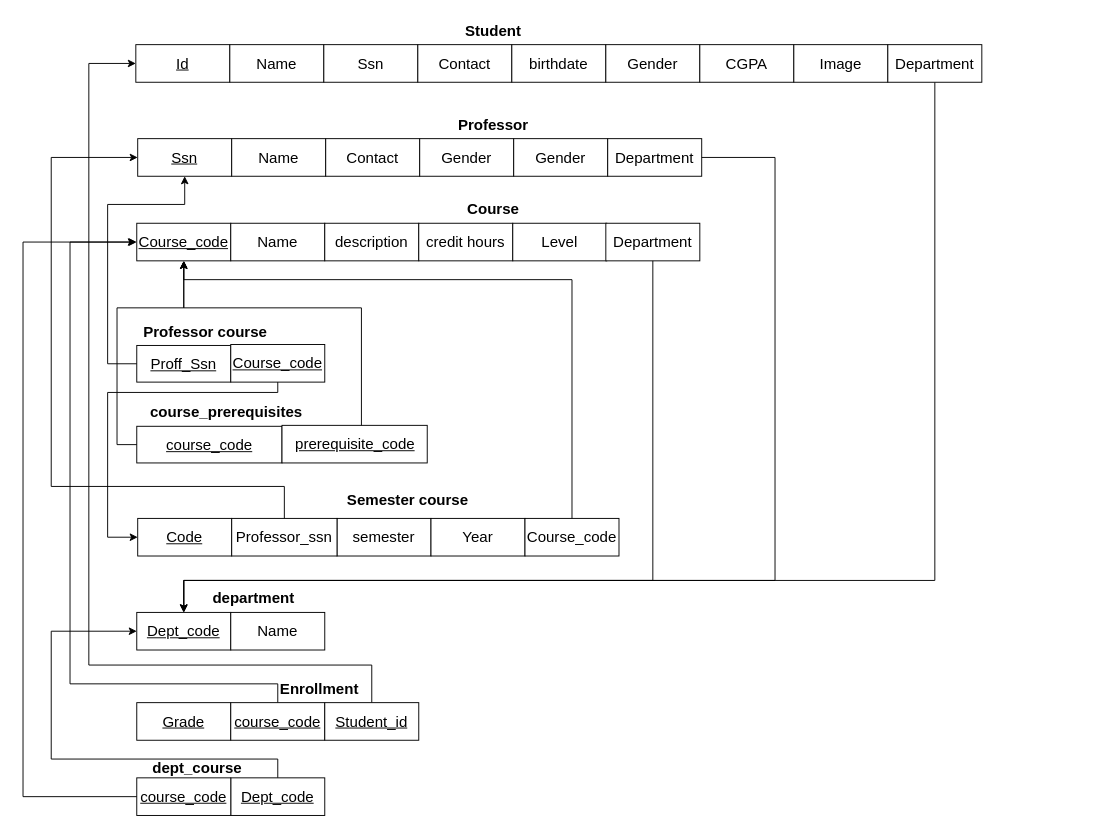
Above: diagrams/Mapping.drawio in DiaaAhmedHassan/university_system (draw.io), before the change. Source tidied: cells renumbered, new cells numbered last; positions are measured from the earlier drawing's top-left corner, leaving out a move shared by most shapes. Both pictures are drawn from the tidied source at 94%, with x=0, y=0 at pixel (23, 16).
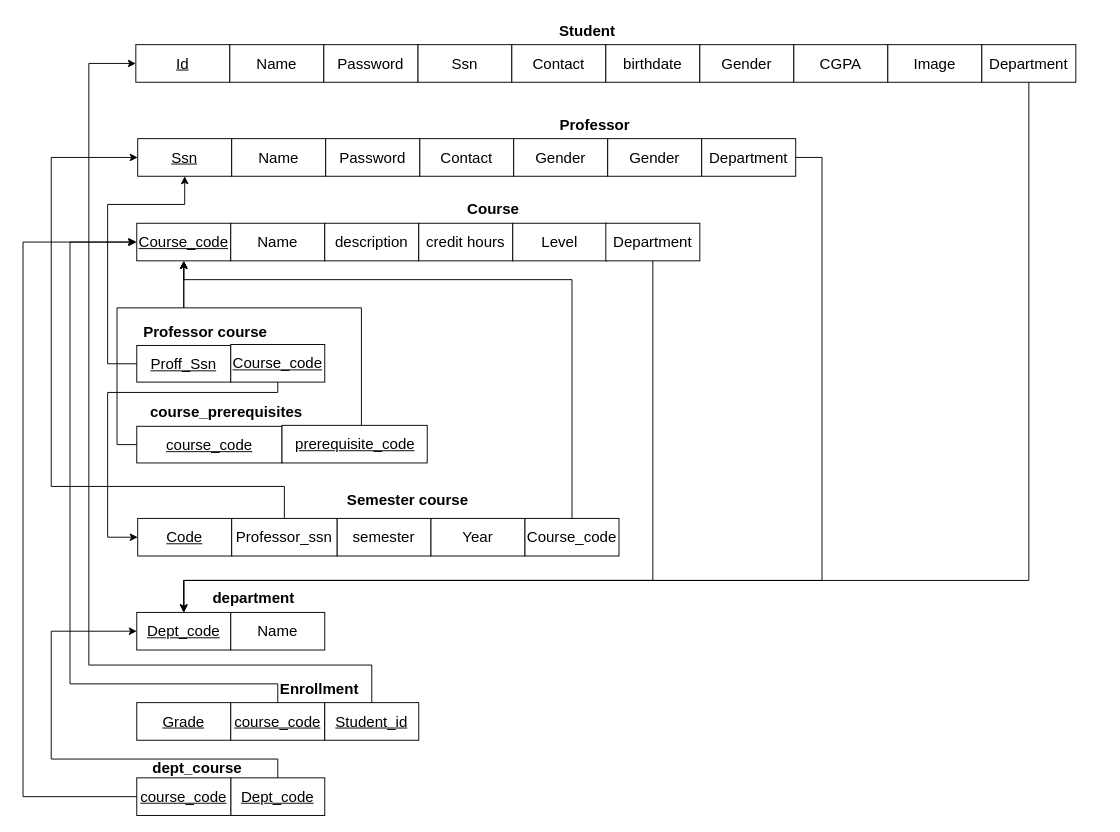
The same page after the edit.

The change refers to these unchanged cells:
```xml
<mxCell id="3" style="group;" parent="1" vertex="1">
  <mxGeometry x="130" y="130" width="700" height="40" as="geometry" />
</mxCell>
<mxCell id="28" value="&lt;u&gt;&lt;font style=&quot;font-size: 16px;&quot;&gt;Dept_code&lt;/font&gt;&lt;/u&gt;" style="rounded=0;whiteSpace=wrap;html=1;" parent="27" vertex="1">
  <mxGeometry width="100" height="40" as="geometry" />
</mxCell>
```

What changed in the source:
```diff
@@
-    <mxCell id="2" value="&lt;font style=&quot;font-size: 16px;&quot;&gt;&lt;b&gt;Student&lt;/b&gt;&lt;/font&gt;" style="text;html=1;align=center;verticalAlign=middle;strokeColor=none;fillColor=none;" parent="1" vertex="1">
-      <mxGeometry x="460" width="80" height="30" as="geometry" />
-    </mxCell>
@@
     <mxCell id="6" value="&lt;font style=&quot;font-size: 16px;&quot;&gt;Contact&lt;/font&gt;" style="rounded=0;whiteSpace=wrap;html=1;" parent="3" vertex="1">
-      <mxGeometry x="192" width="100" height="40" as="geometry" />
+      <mxGeometry x="292" width="100" height="40" as="geometry" />
     </mxCell>
     <mxCell id="7" value="&lt;span style=&quot;font-size: 16px;&quot;&gt;Gender&lt;/span&gt;" style="rounded=0;whiteSpace=wrap;html=1;" parent="3" vertex="1">
-      <mxGeometry x="292" width="100" height="40" as="geometry" />
+      <mxGeometry x="392" width="100" height="40" as="geometry" />
     </mxCell>
     <mxCell id="8" value="&lt;span style=&quot;font-size: 16px;&quot;&gt;Gender&lt;/span&gt;" style="rounded=0;whiteSpace=wrap;html=1;" parent="3" vertex="1">
-      <mxGeometry x="392" width="100" height="40" as="geometry" />
+      <mxGeometry x="492" width="100" height="40" as="geometry" />
     </mxCell>
     <mxCell id="9" value="&lt;span style=&quot;font-size: 16px;&quot;&gt;Department&lt;/span&gt;" style="rounded=0;whiteSpace=wrap;html=1;" parent="3" vertex="1">
-      <mxGeometry x="492" width="100" height="40" as="geometry" />
+      <mxGeometry x="592" width="100" height="40" as="geometry" />
     </mxCell>
+    <mxCell id="44" value="&lt;font style=&quot;font-size: 16px;&quot;&gt;&lt;b&gt;Professor&lt;/b&gt;&lt;/font&gt;" style="text;html=1;align=center;verticalAlign=middle;strokeColor=none;fillColor=none;" parent="3" vertex="1">
+      <mxGeometry x="428" y="-30" width="100" height="30" as="geometry" />
+    </mxCell>
+    <mxCell id="70" value="&lt;font style=&quot;font-size: 16px;&quot;&gt;Password&lt;/font&gt;" style="rounded=0;whiteSpace=wrap;html=1;" parent="3" vertex="1">
+      <mxGeometry x="192" width="100" height="40" as="geometry" />
+    </mxCell>
     <mxCell id="10" style="group;" parent="1" vertex="1">
-      <mxGeometry x="120" y="30" width="800" height="40" as="geometry" />
+      <mxGeometry x="120" y="30" width="1030" height="40" as="geometry" />
     </mxCell>
     <mxCell id="11" style="group;" parent="10" vertex="1">
-      <mxGeometry width="700" height="40" as="geometry" />
+      <mxGeometry width="1030" height="40" as="geometry" />
     </mxCell>
@@
+    <mxCell id="2" value="&lt;font style=&quot;font-size: 16px;&quot;&gt;&lt;b&gt;Student&lt;/b&gt;&lt;/font&gt;" style="text;html=1;align=center;verticalAlign=middle;strokeColor=none;fillColor=none;" parent="11" vertex="1">
+      <mxGeometry x="440" y="-30" width="80" height="30" as="geometry" />
+    </mxCell>
     <mxCell id="14" value="&lt;font style=&quot;font-size: 16px;&quot;&gt;Ssn&lt;/font&gt;" style="rounded=0;whiteSpace=wrap;html=1;" parent="11" vertex="1">
-      <mxGeometry x="200" width="100" height="40" as="geometry" />
+      <mxGeometry x="300" width="100" height="40" as="geometry" />
     </mxCell>
     <mxCell id="15" value="&lt;font style=&quot;font-size: 16px;&quot;&gt;Contact&lt;/font&gt;" style="rounded=0;whiteSpace=wrap;html=1;" parent="11" vertex="1">
-      <mxGeometry x="300" width="100" height="40" as="geometry" />
+      <mxGeometry x="400" width="100" height="40" as="geometry" />
     </mxCell>
     <mxCell id="16" value="&lt;font style=&quot;font-size: 16px;&quot;&gt;birthdate&lt;/font&gt;" style="rounded=0;whiteSpace=wrap;html=1;" parent="11" vertex="1">
-      <mxGeometry x="400" width="100" height="40" as="geometry" />
+      <mxGeometry x="500" width="100" height="40" as="geometry" />
     </mxCell>
     <mxCell id="17" value="&lt;span style=&quot;font-size: 16px;&quot;&gt;Gender&lt;/span&gt;" style="rounded=0;whiteSpace=wrap;html=1;" parent="11" vertex="1">
-      <mxGeometry x="500" width="100" height="40" as="geometry" />
+      <mxGeometry x="600" width="100" height="40" as="geometry" />
     </mxCell>
     <mxCell id="18" value="&lt;font style=&quot;font-size: 16px;&quot;&gt;CGPA&lt;/font&gt;" style="rounded=0;whiteSpace=wrap;html=1;" parent="11" vertex="1">
-      <mxGeometry x="600" width="100" height="40" as="geometry" />
+      <mxGeometry x="700" width="100" height="40" as="geometry" />
     </mxCell>
-    <mxCell id="19" value="&lt;font style=&quot;font-size: 16px;&quot;&gt;Image&lt;/font&gt;" style="rounded=0;whiteSpace=wrap;html=1;" parent="10" vertex="1">
-      <mxGeometry x="700" width="100" height="40" as="geometry" />
+    <mxCell id="19" value="&lt;font style=&quot;font-size: 16px;&quot;&gt;Image&lt;/font&gt;" style="rounded=0;whiteSpace=wrap;html=1;" parent="11" vertex="1">
+      <mxGeometry x="800" width="100" height="40" as="geometry" />
     </mxCell>
+    <mxCell id="42" value="&lt;font style=&quot;font-size: 16px;&quot;&gt;Department&lt;/font&gt;" style="rounded=0;whiteSpace=wrap;html=1;" parent="11" vertex="1">
+      <mxGeometry x="900" width="100" height="40" as="geometry" />
+    </mxCell>
+    <mxCell id="71" value="&lt;font style=&quot;font-size: 16px;&quot;&gt;Password&lt;/font&gt;" style="rounded=0;whiteSpace=wrap;html=1;" parent="11" vertex="1">
+      <mxGeometry x="200" width="100" height="40" as="geometry" />
+    </mxCell>
@@
     <mxCell id="41" style="edgeStyle=orthogonalEdgeStyle;rounded=0;jettySize=auto;html=1;exitX=0.5;exitY=1;exitDx=0;exitDy=0;" parent="1" edge="1" source="42" target="28">
       <mxGeometry relative="1" as="geometry">
         <Array as="points">
-          <mxPoint x="970" y="600" />
+          <mxPoint x="1070" y="600" />
           <mxPoint x="171" y="600" />
         </Array>
       </mxGeometry>
     </mxCell>
-    <mxCell id="42" value="&lt;font style=&quot;font-size: 16px;&quot;&gt;Department&lt;/font&gt;" style="rounded=0;whiteSpace=wrap;html=1;" parent="1" vertex="1">
-      <mxGeometry x="920" y="30" width="100" height="40" as="geometry" />
-    </mxCell>
     <mxCell id="43" style="edgeStyle=orthogonalEdgeStyle;rounded=0;jettySize=auto;html=1;entryX=0.5;entryY=0;entryDx=0;entryDy=0;" parent="1" edge="1" source="9" target="28">
       <mxGeometry relative="1" as="geometry">
         <Array as="points">
-          <mxPoint x="800" y="150" />
-          <mxPoint x="800" y="600" />
+          <mxPoint x="850" y="150" />
+          <mxPoint x="850" y="600" />
           <mxPoint x="171" y="600" />
         </Array>
       </mxGeometry>
     </mxCell>
-    <mxCell id="44" value="&lt;font style=&quot;font-size: 16px;&quot;&gt;&lt;b&gt;Professor&lt;/b&gt;&lt;/font&gt;" style="text;html=1;align=center;verticalAlign=middle;strokeColor=none;fillColor=none;" parent="1" vertex="1">
-      <mxGeometry x="450" y="100" width="100" height="30" as="geometry" />
-    </mxCell>
```
